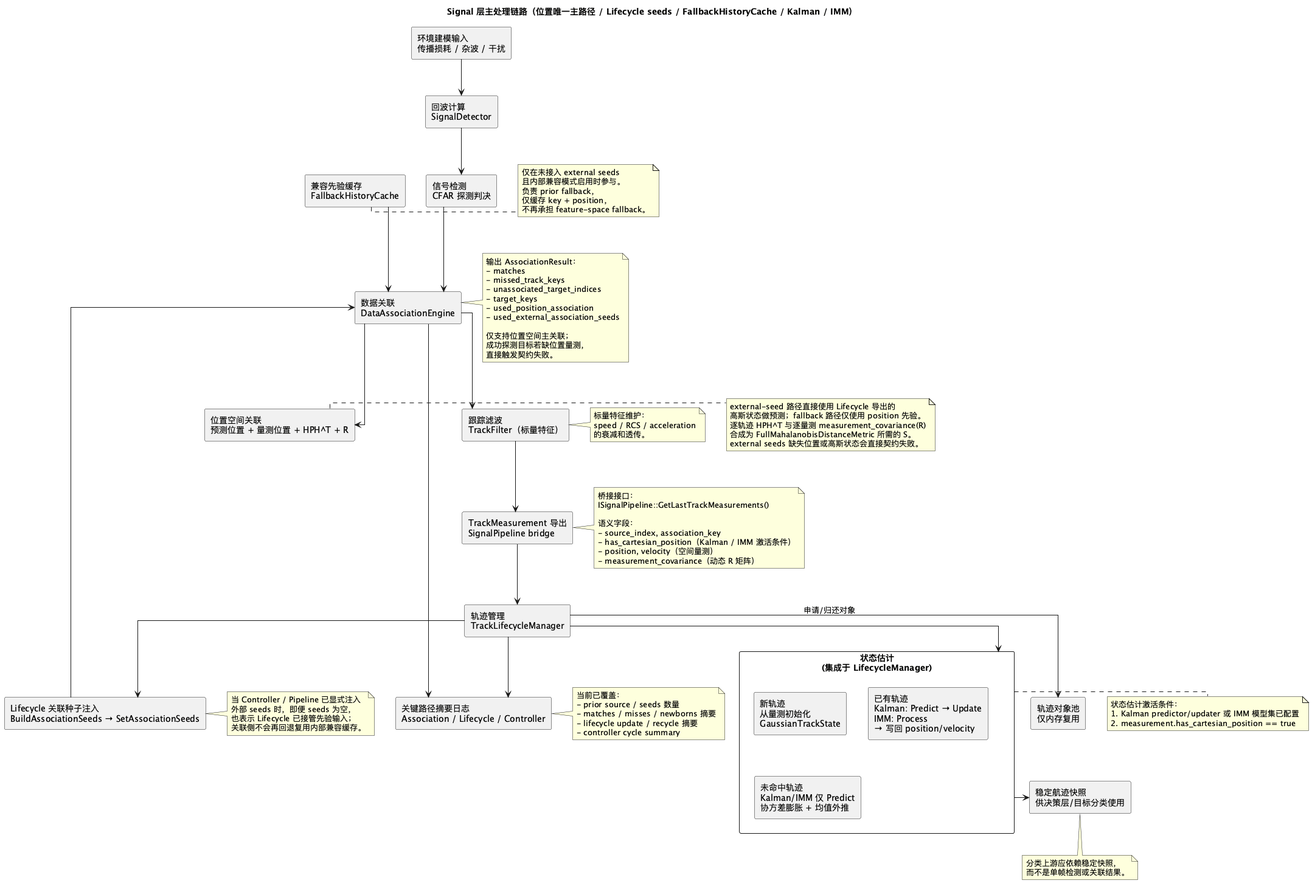
The PlantUML diagram doc/architecture/signal/signal-processing-flow.png in boilwater-3/1q, before a commit.
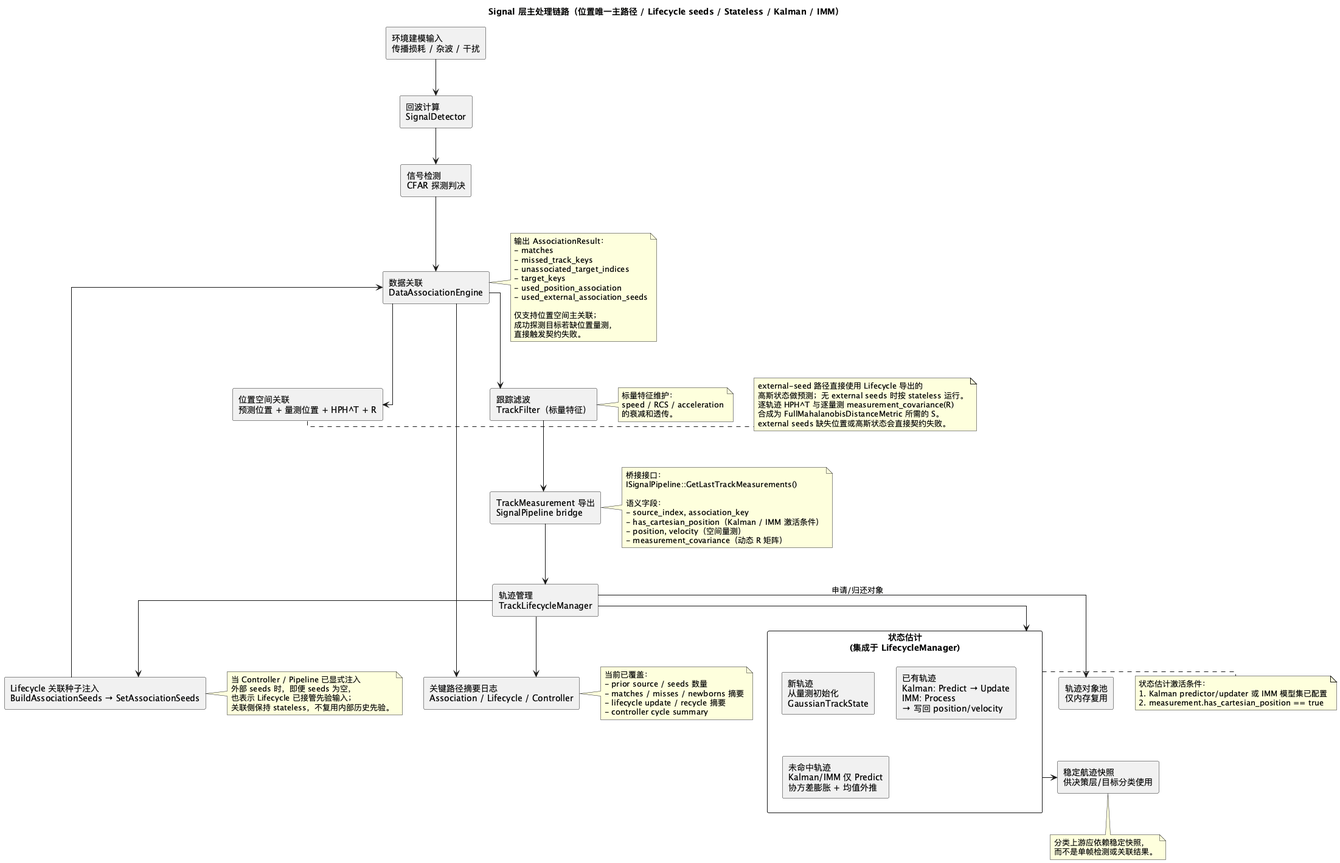
Above is the later version.

Change to the diagram source:
```diff
@@ -3,7 +3,7 @@
 skinparam packageStyle rectangle
 skinparam defaultFontName sans-serif
 
-title Signal 层主处理链路（位置唯一主路径 / Lifecycle seeds / FallbackHistoryCache / Kalman / IMM）
+title Signal 层主处理链路（位置唯一主路径 / Lifecycle seeds / Stateless / Kalman / IMM）
 
 rectangle "环境建模输入\n传播损耗 / 杂波 / 干扰" as ENV
 rectangle "回波计算\nSignalDetector" as ECHO
@@ -11,7 +11,6 @@
 rectangle "Lifecycle 关联种子注入\nBuildAssociationSeeds → SetAssociationSeeds" as SEEDS
 rectangle "数据关联\nDataAssociationEngine" as ASSOC
 rectangle "位置空间关联\n预测位置 + 量测位置 + HPH^T + R" as POS_ASSOC
-rectangle "兼容先验缓存\nFallbackHistoryCache" as FALLBACK
 rectangle "跟踪滤波\nTrackFilter（标量特征）" as FILTER
 rectangle "TrackMeasurement 导出\nSignalPipeline bridge" as MEAS
 rectangle "轨迹管理\nTrackLifecycleManager" as LIFECYCLE
@@ -31,7 +30,6 @@
 LIFECYCLE --> SEEDS
 SEEDS --> ASSOC
 DETECT --> ASSOC
-FALLBACK --> ASSOC
 ASSOC --> POS_ASSOC
 ASSOC --> FILTER
 FILTER --> MEAS
@@ -56,19 +54,11 @@
   直接触发契约失败。
 end note
 
-note right of FALLBACK
-  仅在未接入 external seeds
-  且内部兼容模式启用时参与。
-  负责 prior fallback，
-  仅缓存 key + position，
-  不再承担 feature-space fallback。
-end note
-
 note right of SEEDS
   当 Controller / Pipeline 已显式注入
   外部 seeds 时，即便 seeds 为空，
   也表示 Lifecycle 已接管先验输入；
-  关联侧不会再回退复用内部兼容缓存。
+  关联侧保持 stateless，不复用内部历史先验。
 end note
 
 note right of FILTER
@@ -96,7 +86,7 @@
 
 note right of POS_ASSOC
   external-seed 路径直接使用 Lifecycle 导出的
-  高斯状态做预测；fallback 路径仅使用 position 先验。
+  高斯状态做预测；无 external seeds 时按 stateless 运行。
   逐轨迹 HPH^T 与逐量测 measurement_covariance(R)
   合成为 FullMahalanobisDistanceMetric 所需的 S。
   external seeds 缺失位置或高斯状态会直接契约失败。
```
